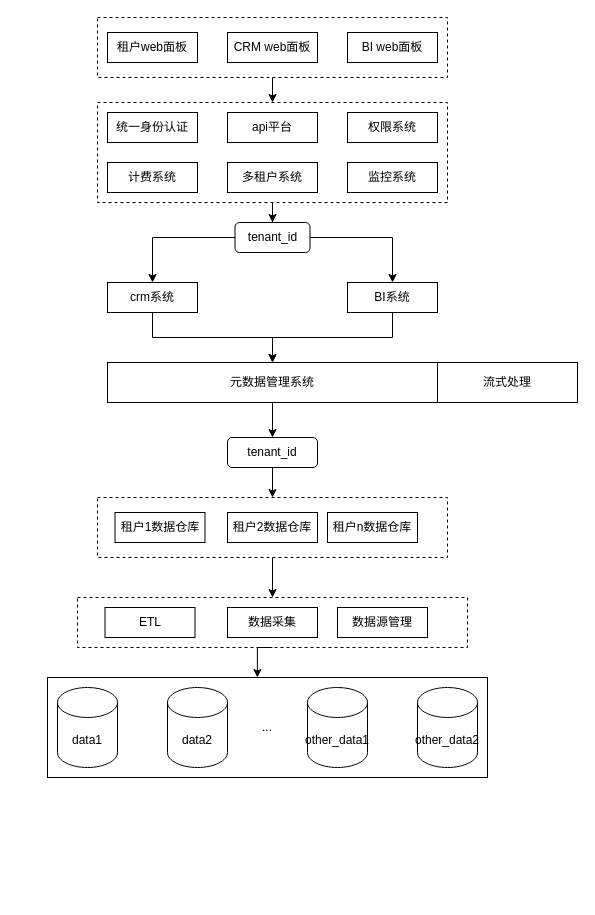
Before: page "第 1 页" (1 of 3) of Crm-Saas/crm-saas.drawio in zhangshuntao-ola/MyDraw, a draw.io diagram. Source tidied: cells renumbered, new cells numbered last; positions are measured from the earlier drawing's top-left corner, leaving out a move shared by most shapes. Both pictures are drawn from the tidied source at 100%, with x=0, y=0 at pixel (47, 17).
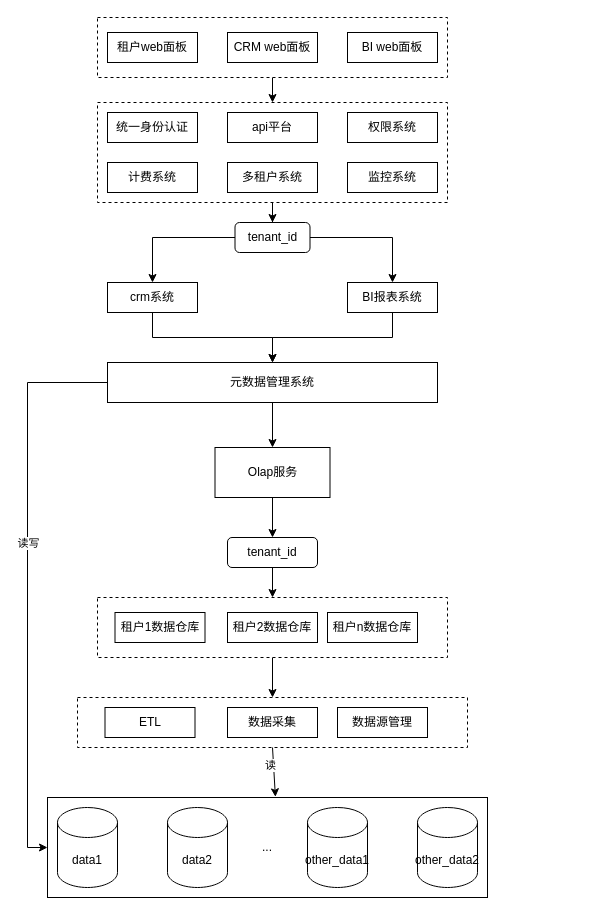
Above is the later version.

Unchanged cells that the change refers to:
```xml
<mxCell id="29" value="元数据管理系统" style="rounded=0;whiteSpace=wrap;html=1;" parent="1" vertex="1">
  <mxGeometry x="60" y="345" width="330" height="40" as="geometry" />
</mxCell>
```

Diff of the diagram source:
```diff
@@
     <mxCell id="3" style="rounded=0;whiteSpace=wrap;html=1;dashed=1;" parent="1" vertex="1">
-      <mxGeometry x="50" y="480" width="350" height="60" as="geometry" />
+      <mxGeometry x="50" y="580" width="350" height="60" as="geometry" />
     </mxCell>
     <mxCell id="4" style="rounded=0;whiteSpace=wrap;html=1;dashed=1;" parent="1" vertex="1">
-      <mxGeometry x="30" y="580" width="390" height="50" as="geometry" />
+      <mxGeometry x="30" y="680" width="390" height="50" as="geometry" />
     </mxCell>
     <mxCell id="5" value="..." style="rounded=0;whiteSpace=wrap;html=1;" parent="1" vertex="1">
-      <mxGeometry y="660" width="440" height="100" as="geometry" />
+      <mxGeometry y="780" width="440" height="100" as="geometry" />
     </mxCell>
@@
-    <mxCell id="14" value="BI系统" style="rounded=0;whiteSpace=wrap;html=1;" parent="1" vertex="1">
+    <mxCell id="14" value="BI报表系统" style="rounded=0;whiteSpace=wrap;html=1;" parent="1" vertex="1">
       <mxGeometry x="300" y="265" width="90" height="30" as="geometry" />
     </mxCell>
     <mxCell id="15" value="ETL" style="rounded=0;whiteSpace=wrap;html=1;" parent="1" vertex="1">
-      <mxGeometry x="57.5" y="590" width="90" height="30" as="geometry" />
+      <mxGeometry x="57.5" y="690" width="90" height="30" as="geometry" />
     </mxCell>
@@
     <mxCell id="22" value="数据采集" style="rounded=0;whiteSpace=wrap;html=1;" parent="1" vertex="1">
-      <mxGeometry x="180" y="590" width="90" height="30" as="geometry" />
+      <mxGeometry x="180" y="690" width="90" height="30" as="geometry" />
     </mxCell>
@@
-    <mxCell id="28" style="edgeStyle=orthogonalEdgeStyle;rounded=0;jettySize=auto;html=1;" parent="1" edge="1" source="29" target="38">
-      <mxGeometry relative="1" as="geometry" />
-    </mxCell>
+    <mxCell id="42" style="edgeStyle=orthogonalEdgeStyle;rounded=0;jettySize=auto;html=1;" parent="1" edge="1" source="29" target="47">
+      <mxGeometry relative="1" as="geometry" />
+    </mxCell>
+    <mxCell id="43" style="edgeStyle=orthogonalEdgeStyle;rounded=0;jettySize=auto;html=1;entryX=0;entryY=0.5;entryDx=0;entryDy=0;exitX=0;exitY=0.5;exitDx=0;exitDy=0;" parent="1" edge="1" source="29" target="5">
+      <mxGeometry relative="1" as="geometry" />
+    </mxCell>
+    <mxCell id="44" value="读写" style="edgeLabel;html=1;align=center;verticalAlign=middle;" parent="43" vertex="1">
+      <mxGeometry x="-0.15" relative="1" as="geometry" />
+    </mxCell>
@@
-    <mxCell id="30" value="流式处理" style="rounded=0;whiteSpace=wrap;html=1;" parent="1" vertex="1">
-      <mxGeometry x="390" y="345" width="140" height="40" as="geometry" />
-    </mxCell>
     <mxCell id="31" value="data1" style="shape=cylinder3;whiteSpace=wrap;html=1;boundedLbl=1;backgroundOutline=1;size=15;" parent="1" vertex="1">
-      <mxGeometry x="10" y="670" width="60" height="80" as="geometry" />
+      <mxGeometry x="10" y="790" width="60" height="80" as="geometry" />
     </mxCell>
     <mxCell id="32" value="data2" style="shape=cylinder3;whiteSpace=wrap;html=1;boundedLbl=1;backgroundOutline=1;size=15;" parent="1" vertex="1">
-      <mxGeometry x="120" y="670" width="60" height="80" as="geometry" />
+      <mxGeometry x="120" y="790" width="60" height="80" as="geometry" />
     </mxCell>
     <mxCell id="33" value="other_data1" style="shape=cylinder3;whiteSpace=wrap;html=1;boundedLbl=1;backgroundOutline=1;size=15;" parent="1" vertex="1">
-      <mxGeometry x="260" y="670" width="60" height="80" as="geometry" />
+      <mxGeometry x="260" y="790" width="60" height="80" as="geometry" />
     </mxCell>
     <mxCell id="34" value="other_data2" style="shape=cylinder3;whiteSpace=wrap;html=1;boundedLbl=1;backgroundOutline=1;size=15;" parent="1" vertex="1">
-      <mxGeometry x="370" y="670" width="60" height="80" as="geometry" />
+      <mxGeometry x="370" y="790" width="60" height="80" as="geometry" />
     </mxCell>
-    <mxCell id="35" style="edgeStyle=orthogonalEdgeStyle;rounded=0;jettySize=auto;html=1;exitX=0.5;exitY=1;exitDx=0;exitDy=0;entryX=0.477;entryY=0;entryDx=0;entryDy=0;entryPerimeter=0;" parent="1" edge="1" source="4" target="5">
+    <mxCell id="35" style="rounded=0;jettySize=auto;html=1;exitX=0.5;exitY=1;exitDx=0;exitDy=0;entryX=0.518;entryY=-0.007;entryDx=0;entryDy=0;entryPerimeter=0;" parent="1" edge="1" source="4" target="5">
       <mxGeometry relative="1" as="geometry" />
     </mxCell>
+    <mxCell id="45" value="读" style="edgeLabel;html=1;align=center;verticalAlign=middle;" parent="35" vertex="1">
+      <mxGeometry x="-0.31" y="-4" relative="1" as="geometry" />
+    </mxCell>
     <mxCell id="36" value="数据源管理" style="rounded=0;whiteSpace=wrap;html=1;" parent="1" vertex="1">
-      <mxGeometry x="290" y="590" width="90" height="30" as="geometry" />
+      <mxGeometry x="290" y="690" width="90" height="30" as="geometry" />
     </mxCell>
@@
     <mxCell id="38" value="tenant_id" style="rounded=1;whiteSpace=wrap;html=1;" parent="1" vertex="1">
-      <mxGeometry x="180" y="420" width="90" height="30" as="geometry" />
+      <mxGeometry x="180" y="520" width="90" height="30" as="geometry" />
     </mxCell>
     <mxCell id="39" value="租户1数据仓库" style="rounded=0;whiteSpace=wrap;html=1;" parent="1" vertex="1">
-      <mxGeometry x="67.5" y="495" width="90" height="30" as="geometry" />
+      <mxGeometry x="67.5" y="595" width="90" height="30" as="geometry" />
     </mxCell>
     <mxCell id="40" value="租户2数据仓库" style="rounded=0;whiteSpace=wrap;html=1;" parent="1" vertex="1">
-      <mxGeometry x="180" y="495" width="90" height="30" as="geometry" />
+      <mxGeometry x="180" y="595" width="90" height="30" as="geometry" />
     </mxCell>
     <mxCell id="41" value="租户n数据仓库" style="rounded=0;whiteSpace=wrap;html=1;" parent="1" vertex="1">
-      <mxGeometry x="280" y="495" width="90" height="30" as="geometry" />
+      <mxGeometry x="280" y="595" width="90" height="30" as="geometry" />
     </mxCell>
+    <mxCell id="46" style="edgeStyle=orthogonalEdgeStyle;rounded=0;jettySize=auto;html=1;" parent="1" edge="1" source="47" target="38">
+      <mxGeometry relative="1" as="geometry" />
+    </mxCell>
+    <mxCell id="47" value="Olap服务" style="rounded=0;whiteSpace=wrap;html=1;" parent="1" vertex="1">
+      <mxGeometry x="167.5" y="430" width="115" height="50" as="geometry" />
+    </mxCell>
```
